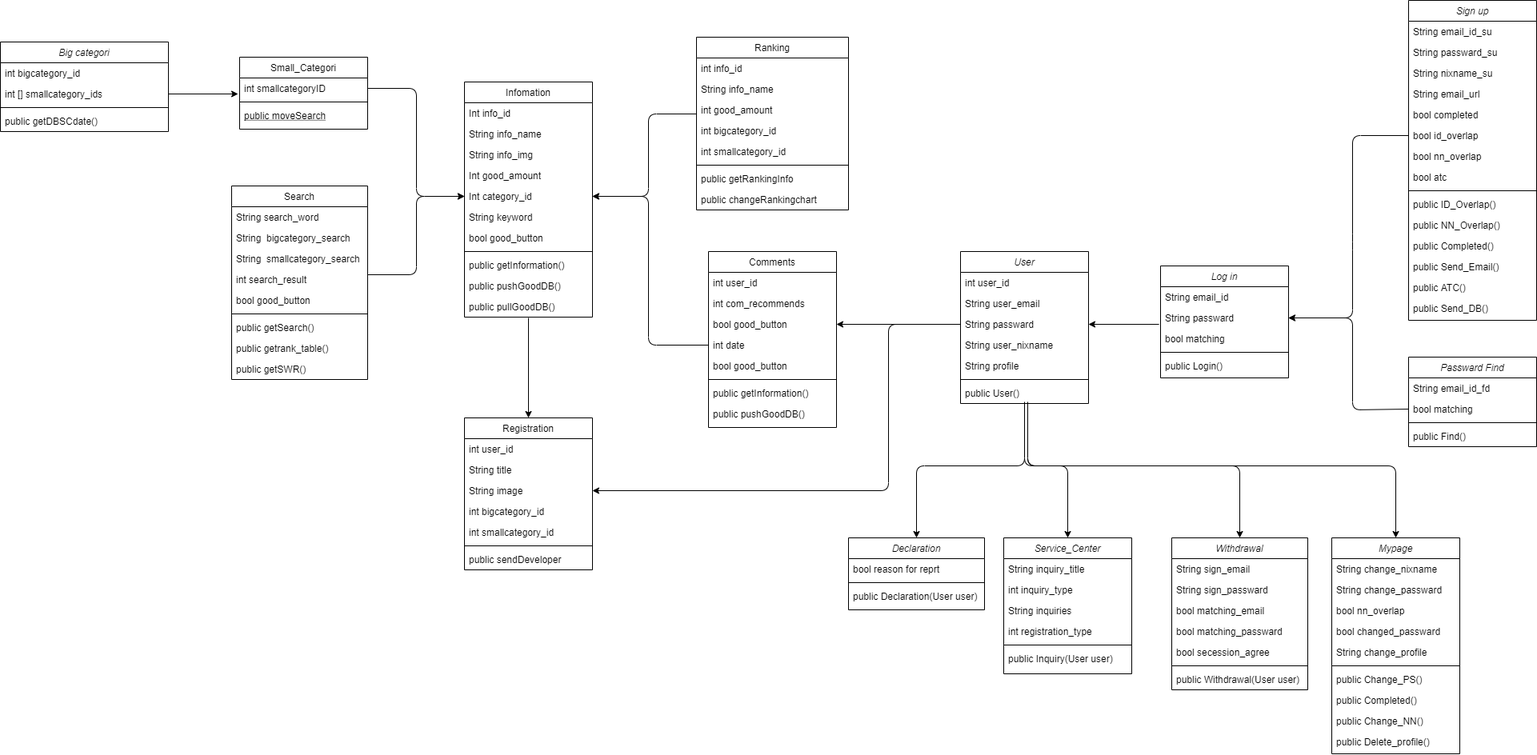
This is 클래스다이어그램/클래스다이어그램(A조).png from What-The-Pork/meeting-log, a draw.io export, as it was before one commit. Source tidied: cells renumbered, new cells last; positions are measured from the earlier drawing's top-left corner, leaving out a move shared by most shapes.
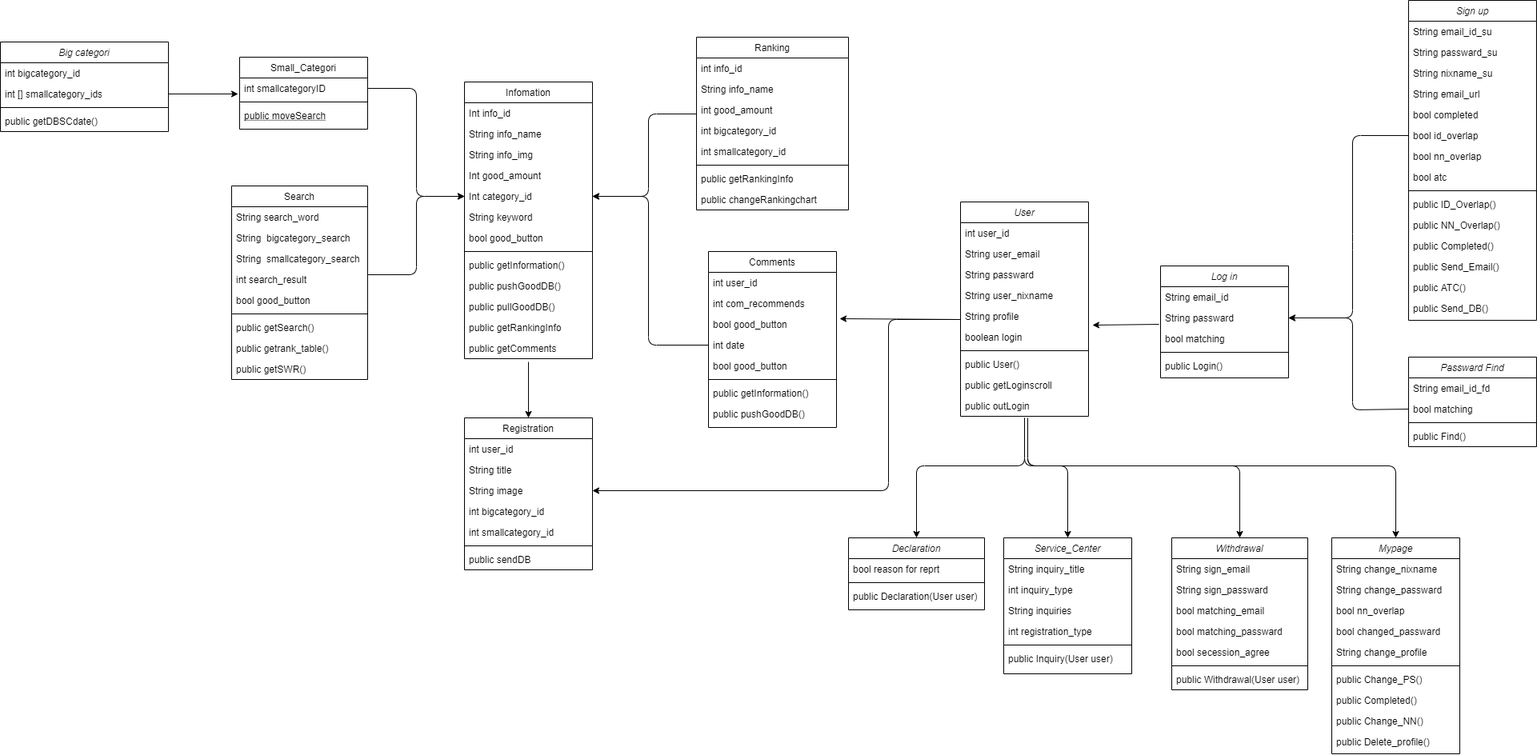
Above is the later version.

Commit message:
클래스다이어그램

Change to the diagram source:
```diff
@@ -103,5 +103,5 @@
     </mxCell>
-    <mxCell id="35" style="line;html=1;strokeWidth=1;align=left;verticalAlign=middle;spacingTop=-1;spacingLeft=3;spacingRight=3;labelPosition=right;" parent="29" vertex="1">
-      <mxGeometry y="156" width="160" height="8" as="geometry" />
-    </mxCell>
+    <mxCell id="139" style="line;html=1;strokeWidth=1;align=left;verticalAlign=middle;spacingTop=-1;spacingLeft=3;spacingRight=3;labelPosition=right;" parent="29" vertex="1">
+      <mxGeometry y="156" width="160" height="8" as="geometry" />
+    </mxCell>
     <mxCell id="36" value="public Change_PS()" style="text;align=left;verticalAlign=top;spacingLeft=4;spacingRight=4;overflow=hidden;" parent="29" vertex="1">
@@ -118,26 +118,2 @@
     </mxCell>
-    <mxCell id="40" value="User" style="swimlane;fontStyle=2;align=center;verticalAlign=top;horizontal=1;startSize=26;rounded=0;shadow=0;strokeWidth=1;" parent="1" vertex="1">
-      <mxGeometry x="1200" y="314" width="160" height="190" as="geometry" />
-    </mxCell>
-    <mxCell id="41" value="int user_id" style="text;align=left;verticalAlign=top;spacingLeft=4;spacingRight=4;overflow=hidden;" parent="40" vertex="1">
-      <mxGeometry y="26" width="160" height="26" as="geometry" />
-    </mxCell>
-    <mxCell id="42" value="String user_email" style="text;align=left;verticalAlign=top;spacingLeft=4;spacingRight=4;overflow=hidden;rounded=0;shadow=0;html=0;" parent="40" vertex="1">
-      <mxGeometry y="52" width="160" height="26" as="geometry" />
-    </mxCell>
-    <mxCell id="43" value="String passward" style="text;align=left;verticalAlign=top;spacingLeft=4;spacingRight=4;overflow=hidden;points=[[0,0.5],[1,0.5]];portConstraint=eastwest;rounded=0;shadow=0;html=0;" parent="40" vertex="1">
-      <mxGeometry y="78" width="160" height="26" as="geometry" />
-    </mxCell>
-    <mxCell id="44" value="String user_nixname" style="text;align=left;verticalAlign=top;spacingLeft=4;spacingRight=4;overflow=hidden;rounded=0;shadow=0;html=0;" parent="40" vertex="1">
-      <mxGeometry y="104" width="160" height="26" as="geometry" />
-    </mxCell>
-    <mxCell id="45" value="String profile" style="text;align=left;verticalAlign=top;spacingLeft=4;spacingRight=4;overflow=hidden;rounded=0;shadow=0;html=0;" parent="40" vertex="1">
-      <mxGeometry y="130" width="160" height="26" as="geometry" />
-    </mxCell>
-    <mxCell id="46" style="line;html=1;strokeWidth=1;align=left;verticalAlign=middle;spacingTop=-1;spacingLeft=3;spacingRight=3;labelPosition=right;" parent="40" vertex="1">
-      <mxGeometry y="156" width="160" height="8" as="geometry" />
-    </mxCell>
-    <mxCell id="47" value="public User()" style="text;align=left;verticalAlign=top;spacingLeft=4;spacingRight=4;overflow=hidden;points=[[0,0.5],[1,0.5]];portConstraint=eastwest;" parent="40" vertex="1">
-      <mxGeometry y="164" width="160" height="26" as="geometry" />
-    </mxCell>
     <mxCell id="48" value="Withdrawal" style="swimlane;fontStyle=2;align=center;verticalAlign=top;horizontal=1;startSize=26;rounded=0;shadow=0;strokeWidth=1;" parent="1" vertex="1">
@@ -160,5 +136,5 @@
     </mxCell>
-    <mxCell id="54" style="line;html=1;strokeWidth=1;align=left;verticalAlign=middle;spacingTop=-1;spacingLeft=3;spacingRight=3;labelPosition=right;" parent="48" vertex="1">
-      <mxGeometry y="156" width="170" height="8" as="geometry" />
-    </mxCell>
+    <mxCell id="140" style="line;html=1;strokeWidth=1;align=left;verticalAlign=middle;spacingTop=-1;spacingLeft=3;spacingRight=3;labelPosition=right;" parent="48" vertex="1">
+      <mxGeometry y="156" width="170" height="8" as="geometry" />
+    </mxCell>
     <mxCell id="55" value="public Withdrawal(User user)" style="text;align=left;verticalAlign=top;spacingLeft=4;spacingRight=4;overflow=hidden;" parent="48" vertex="1">
@@ -217,5 +193,5 @@
     </mxCell>
-    <mxCell id="73" style="line;html=1;strokeWidth=1;align=left;verticalAlign=middle;spacingTop=-1;spacingLeft=3;spacingRight=3;labelPosition=right;" parent="67" vertex="1">
-      <mxGeometry y="156" width="170" height="8" as="geometry" />
-    </mxCell>
+    <mxCell id="141" style="line;html=1;strokeWidth=1;align=left;verticalAlign=middle;spacingTop=-1;spacingLeft=3;spacingRight=3;labelPosition=right;" parent="67" vertex="1">
+      <mxGeometry y="156" width="170" height="8" as="geometry" />
+    </mxCell>
     <mxCell id="74" value="public getSearch()" style="text;align=left;verticalAlign=top;spacingLeft=4;spacingRight=4;overflow=hidden;" parent="67" vertex="1">
@@ -230,3 +206,3 @@
     <mxCell id="77" value="Infomation" style="swimlane;fontStyle=0;align=center;verticalAlign=top;horizontal=1;startSize=26;rounded=0;shadow=0;strokeWidth=1;" parent="1" vertex="1">
-      <mxGeometry x="580" y="102" width="160" height="294" as="geometry" />
+      <mxGeometry x="580" y="102" width="160" height="346" as="geometry" />
     </mxCell>
@@ -265,2 +241,8 @@
     </mxCell>
+    <mxCell id="142" value="public getRankingInfo" style="text;align=left;verticalAlign=top;spacingLeft=4;spacingRight=4;overflow=hidden;" parent="77" vertex="1">
+      <mxGeometry y="294" width="160" height="26" as="geometry" />
+    </mxCell>
+    <mxCell id="143" value="public getComments" style="text;align=left;verticalAlign=top;spacingLeft=4;spacingRight=4;overflow=hidden;" parent="77" vertex="1">
+      <mxGeometry y="320" width="160" height="26" as="geometry" />
+    </mxCell>
     <mxCell id="89" value="Comments" style="swimlane;fontStyle=0;align=center;verticalAlign=top;horizontal=1;startSize=26;rounded=0;shadow=0;strokeWidth=1;" parent="1" vertex="1">
@@ -268,5 +250,5 @@
     </mxCell>
-    <mxCell id="90" value="int user_id" style="text;align=left;verticalAlign=top;spacingLeft=4;spacingRight=4;overflow=hidden;" parent="89" vertex="1">
-      <mxGeometry y="26" width="160" height="26" as="geometry" />
-    </mxCell>
+    <mxCell id="144" value="int user_id" style="text;align=left;verticalAlign=top;spacingLeft=4;spacingRight=4;overflow=hidden;" parent="89" vertex="1">
+      <mxGeometry y="26" width="160" height="26" as="geometry" />
+    </mxCell>
     <mxCell id="91" value="int com_recommends" style="text;align=left;verticalAlign=top;spacingLeft=4;spacingRight=4;overflow=hidden;" parent="89" vertex="1">
@@ -283,5 +265,5 @@
     </mxCell>
-    <mxCell id="95" style="line;html=1;strokeWidth=1;align=left;verticalAlign=middle;spacingTop=-1;spacingLeft=3;spacingRight=3;labelPosition=right;" parent="89" vertex="1">
-      <mxGeometry y="156" width="160" height="8" as="geometry" />
-    </mxCell>
+    <mxCell id="145" style="line;html=1;strokeWidth=1;align=left;verticalAlign=middle;spacingTop=-1;spacingLeft=3;spacingRight=3;labelPosition=right;" parent="89" vertex="1">
+      <mxGeometry y="156" width="160" height="8" as="geometry" />
+    </mxCell>
     <mxCell id="96" value="public getInformation()" style="text;align=left;verticalAlign=top;spacingLeft=4;spacingRight=4;overflow=hidden;" parent="89" vertex="1">
@@ -340,8 +322,8 @@
     </mxCell>
-    <mxCell id="114" style="line;html=1;strokeWidth=1;align=left;verticalAlign=middle;spacingTop=-1;spacingLeft=3;spacingRight=3;labelPosition=right;" parent="108" vertex="1">
-      <mxGeometry y="156" width="160" height="8" as="geometry" />
-    </mxCell>
-    <mxCell id="115" value="public sendDeveloper" style="text;align=left;verticalAlign=top;spacingLeft=4;spacingRight=4;overflow=hidden;" parent="108" vertex="1">
-      <mxGeometry y="164" width="160" height="26" as="geometry" />
-    </mxCell>
+    <mxCell id="146" style="line;html=1;strokeWidth=1;align=left;verticalAlign=middle;spacingTop=-1;spacingLeft=3;spacingRight=3;labelPosition=right;" parent="108" vertex="1">
+      <mxGeometry y="156" width="160" height="8" as="geometry" />
+    </mxCell>
+    <mxCell id="147" value="public sendDB" style="text;align=left;verticalAlign=top;spacingLeft=4;spacingRight=4;overflow=hidden;" parent="108" vertex="1">
+      <mxGeometry y="164" width="160" height="26" as="geometry" />
+    </mxCell>
     <mxCell id="116" value="Ranking" style="swimlane;fontStyle=0;align=center;verticalAlign=top;horizontal=1;startSize=26;rounded=0;shadow=0;strokeWidth=1;" parent="1" vertex="1">
@@ -373,7 +355,7 @@
     </mxCell>
-    <mxCell id="125" style="endArrow=classic;html=1;entryX=0.5;entryY=0;entryDx=0;entryDy=0;" parent="1" edge="1" target="108">
-      <mxGeometry relative="1" as="geometry">
-        <mxPoint x="660" y="397" as="sourcePoint" />
-      </mxGeometry>
-    </mxCell>
+    <mxCell id="148" style="endArrow=classic;html=1;entryX=0.5;entryY=0;entryDx=0;entryDy=0;" parent="1" edge="1" target="108">
+      <mxGeometry relative="1" as="geometry">
+        <mxPoint x="660" y="452" as="sourcePoint" />
+      </mxGeometry>
+    </mxCell>
     <mxCell id="126" style="endArrow=classic;html=1;exitX=1;exitY=0.5;exitDx=0;exitDy=0;entryX=0;entryY=0.5;entryDx=0;entryDy=0;" parent="1" edge="1" source="104" target="82">
@@ -402,14 +384,16 @@
     </mxCell>
-    <mxCell id="129" style="endArrow=classic;html=1;exitX=0;exitY=0.5;exitDx=0;exitDy=0;" parent="1" edge="1" source="93">
-      <mxGeometry relative="1" as="geometry">
-        <mxPoint x="740" y="245" as="targetPoint" />
-        <Array as="points">
-          <mxPoint x="810" y="431" />
-          <mxPoint x="810" y="245" />
-        </Array>
-      </mxGeometry>
-    </mxCell>
-    <mxCell id="130" style="endArrow=classic;html=1;exitX=0;exitY=0.5;exitDx=0;exitDy=0;entryX=1;entryY=0.5;entryDx=0;entryDy=0;" parent="1" edge="1" source="43" target="92">
-      <mxGeometry relative="1" as="geometry" />
-    </mxCell>
+    <mxCell id="149" style="endArrow=classic;html=1;exitX=0;exitY=0.5;exitDx=0;exitDy=0;" parent="1" edge="1" source="93">
+      <mxGeometry relative="1" as="geometry">
+        <mxPoint x="740" y="245" as="targetPoint" />
+        <Array as="points">
+          <mxPoint x="810" y="431" />
+          <mxPoint x="810" y="245" />
+        </Array>
+      </mxGeometry>
+    </mxCell>
+    <mxCell id="150" style="endArrow=classic;html=1;exitX=0;exitY=0.5;exitDx=0;exitDy=0;entryX=1.025;entryY=0.231;entryDx=0;entryDy=0;entryPerimeter=0;" parent="1" edge="1" target="92">
+      <mxGeometry relative="1" as="geometry">
+        <mxPoint x="1200" y="399" as="sourcePoint" />
+      </mxGeometry>
+    </mxCell>
     <mxCell id="131" style="endArrow=classic;html=1;exitX=0;exitY=0.5;exitDx=0;exitDy=0;entryX=1;entryY=0.5;entryDx=0;entryDy=0;" parent="1" edge="1" source="8" target="20">
@@ -431,48 +415,86 @@
     </mxCell>
-    <mxCell id="133" style="endArrow=classic;html=1;entryX=1;entryY=0.5;entryDx=0;entryDy=0;exitX=-0.012;exitY=0.808;exitDx=0;exitDy=0;exitPerimeter=0;" parent="1" edge="1" source="20" target="43">
-      <mxGeometry relative="1" as="geometry" />
-    </mxCell>
-    <mxCell id="134" style="endArrow=classic;html=1;entryX=0.5;entryY=0;entryDx=0;entryDy=0;" parent="1" edge="1" target="63">
-      <mxGeometry relative="1" as="geometry">
-        <mxPoint x="1280" y="505" as="sourcePoint" />
-        <Array as="points">
-          <mxPoint x="1280" y="582" />
-          <mxPoint x="1145" y="582" />
-        </Array>
-      </mxGeometry>
-    </mxCell>
-    <mxCell id="135" style="endArrow=classic;html=1;entryX=0.5;entryY=0;entryDx=0;entryDy=0;exitX=0.525;exitY=1;exitDx=0;exitDy=0;exitPerimeter=0;" parent="1" edge="1" source="47" target="56">
-      <mxGeometry relative="1" as="geometry">
-        <Array as="points">
-          <mxPoint x="1284" y="582" />
-          <mxPoint x="1334" y="582" />
-        </Array>
-      </mxGeometry>
-    </mxCell>
-    <mxCell id="136" style="endArrow=classic;html=1;entryX=0.5;entryY=0;entryDx=0;entryDy=0;" parent="1" edge="1" target="48">
-      <mxGeometry relative="1" as="geometry">
-        <mxPoint x="1284" y="502" as="sourcePoint" />
-        <Array as="points">
-          <mxPoint x="1284" y="582" />
-          <mxPoint x="1549" y="582" />
-        </Array>
-      </mxGeometry>
-    </mxCell>
-    <mxCell id="137" style="endArrow=classic;html=1;entryX=0.5;entryY=0;entryDx=0;entryDy=0;" parent="1" edge="1" target="29">
-      <mxGeometry relative="1" as="geometry">
-        <mxPoint x="1280" y="502" as="sourcePoint" />
-        <Array as="points">
-          <mxPoint x="1280" y="582" />
-          <mxPoint x="1744" y="582" />
-        </Array>
-      </mxGeometry>
-    </mxCell>
-    <mxCell id="138" style="endArrow=classic;html=1;entryX=1;entryY=0.5;entryDx=0;entryDy=0;exitX=0;exitY=0.5;exitDx=0;exitDy=0;" parent="1" edge="1" source="43" target="111">
-      <mxGeometry relative="1" as="geometry">
-        <Array as="points">
-          <mxPoint x="1110" y="405" />
-          <mxPoint x="1110" y="613" />
-        </Array>
-      </mxGeometry>
-    </mxCell>
+    <mxCell id="151" style="endArrow=classic;html=1;entryX=1.031;entryY=0.769;entryDx=0;entryDy=0;exitX=-0.012;exitY=0.808;exitDx=0;exitDy=0;exitPerimeter=0;entryPerimeter=0;" parent="1" edge="1" source="20">
+      <mxGeometry relative="1" as="geometry">
+        <mxPoint x="1365" y="406" as="targetPoint" />
+      </mxGeometry>
+    </mxCell>
+    <mxCell id="152" style="endArrow=classic;html=1;entryX=0.5;entryY=0;entryDx=0;entryDy=0;" parent="1" edge="1" target="63">
+      <mxGeometry relative="1" as="geometry">
+        <mxPoint x="1280" y="522" as="sourcePoint" />
+        <Array as="points">
+          <mxPoint x="1280" y="582" />
+          <mxPoint x="1145" y="582" />
+        </Array>
+      </mxGeometry>
+    </mxCell>
+    <mxCell id="153" style="endArrow=classic;html=1;entryX=0.5;entryY=0;entryDx=0;entryDy=0;exitX=0.525;exitY=1;exitDx=0;exitDy=0;exitPerimeter=0;" parent="1" edge="1" target="56">
+      <mxGeometry relative="1" as="geometry">
+        <mxPoint x="1284" y="524" as="sourcePoint" />
+        <Array as="points">
+          <mxPoint x="1284" y="582" />
+          <mxPoint x="1334" y="582" />
+        </Array>
+      </mxGeometry>
+    </mxCell>
+    <mxCell id="154" style="endArrow=classic;html=1;entryX=0.5;entryY=0;entryDx=0;entryDy=0;" parent="1" edge="1" target="48">
+      <mxGeometry relative="1" as="geometry">
+        <mxPoint x="1284" y="522" as="sourcePoint" />
+        <Array as="points">
+          <mxPoint x="1284" y="582" />
+          <mxPoint x="1390" y="582" />
+          <mxPoint x="1549" y="582" />
+        </Array>
+      </mxGeometry>
+    </mxCell>
+    <mxCell id="155" style="endArrow=classic;html=1;entryX=0.5;entryY=0;entryDx=0;entryDy=0;" parent="1" edge="1" target="29">
+      <mxGeometry relative="1" as="geometry">
+        <mxPoint x="1280" y="522" as="sourcePoint" />
+        <Array as="points">
+          <mxPoint x="1280" y="582" />
+          <mxPoint x="1744" y="582" />
+        </Array>
+      </mxGeometry>
+    </mxCell>
+    <mxCell id="156" style="endArrow=classic;html=1;entryX=1;entryY=0.5;entryDx=0;entryDy=0;exitX=0;exitY=0.5;exitDx=0;exitDy=0;" parent="1" edge="1" target="111">
+      <mxGeometry relative="1" as="geometry">
+        <mxPoint x="1200" y="399" as="sourcePoint" />
+        <Array as="points">
+          <mxPoint x="1110" y="399" />
+          <mxPoint x="1110" y="613" />
+        </Array>
+      </mxGeometry>
+    </mxCell>
+    <mxCell id="40" value="User" style="swimlane;fontStyle=2;align=center;verticalAlign=top;horizontal=1;startSize=26;rounded=0;shadow=0;strokeWidth=1;" parent="1" vertex="1">
+      <mxGeometry x="1200" y="252" width="160" height="268" as="geometry" />
+    </mxCell>
+    <mxCell id="157" value="int user_id" style="text;align=left;verticalAlign=top;spacingLeft=4;spacingRight=4;overflow=hidden;" parent="40" vertex="1">
+      <mxGeometry y="26" width="160" height="26" as="geometry" />
+    </mxCell>
+    <mxCell id="42" value="String user_email" style="text;align=left;verticalAlign=top;spacingLeft=4;spacingRight=4;overflow=hidden;rounded=0;shadow=0;html=0;" parent="40" vertex="1">
+      <mxGeometry y="52" width="160" height="26" as="geometry" />
+    </mxCell>
+    <mxCell id="43" value="String passward" style="text;align=left;verticalAlign=top;spacingLeft=4;spacingRight=4;overflow=hidden;points=[[0,0.5],[1,0.5]];portConstraint=eastwest;rounded=0;shadow=0;html=0;" parent="40" vertex="1">
+      <mxGeometry y="78" width="160" height="26" as="geometry" />
+    </mxCell>
+    <mxCell id="44" value="String user_nixname" style="text;align=left;verticalAlign=top;spacingLeft=4;spacingRight=4;overflow=hidden;rounded=0;shadow=0;html=0;" parent="40" vertex="1">
+      <mxGeometry y="104" width="160" height="26" as="geometry" />
+    </mxCell>
+    <mxCell id="45" value="String profile" style="text;align=left;verticalAlign=top;spacingLeft=4;spacingRight=4;overflow=hidden;rounded=0;shadow=0;html=0;" parent="40" vertex="1">
+      <mxGeometry y="130" width="160" height="26" as="geometry" />
+    </mxCell>
+    <mxCell id="158" value="boolean login" style="text;align=left;verticalAlign=top;spacingLeft=4;spacingRight=4;overflow=hidden;rounded=0;shadow=0;html=0;" parent="40" vertex="1">
+      <mxGeometry y="156" width="160" height="26" as="geometry" />
+    </mxCell>
+    <mxCell id="159" style="line;html=1;strokeWidth=1;align=left;verticalAlign=middle;spacingTop=-1;spacingLeft=3;spacingRight=3;labelPosition=right;" parent="40" vertex="1">
+      <mxGeometry y="182" width="160" height="8" as="geometry" />
+    </mxCell>
+    <mxCell id="47" value="public User()" style="text;align=left;verticalAlign=top;spacingLeft=4;spacingRight=4;overflow=hidden;points=[[0,0.5],[1,0.5]];portConstraint=eastwest;" parent="40" vertex="1">
+      <mxGeometry y="190" width="160" height="26" as="geometry" />
+    </mxCell>
+    <mxCell id="160" value="public getLoginscroll" style="text;align=left;verticalAlign=top;spacingLeft=4;spacingRight=4;overflow=hidden;" parent="40" vertex="1">
+      <mxGeometry y="216" width="160" height="26" as="geometry" />
+    </mxCell>
+    <mxCell id="161" value="public outLogin" style="text;align=left;verticalAlign=top;spacingLeft=4;spacingRight=4;overflow=hidden;" parent="40" vertex="1">
+      <mxGeometry y="242" width="160" height="26" as="geometry" />
+    </mxCell>
   </root>
```
